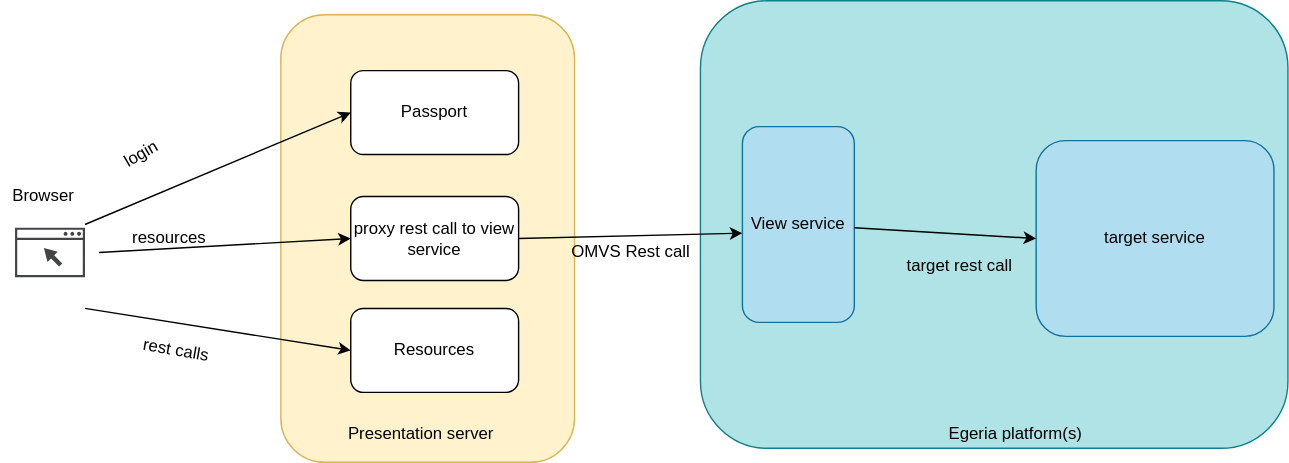
The draw.io diagram site/docs/user-interfaces/ecosystem/ui-components.drawio.svg in odpi/egeria-docs, before a commit. Source tidied: cells renumbered, new cells last; positions are measured from the earlier drawing's top-left corner, leaving out a move shared by most shapes.
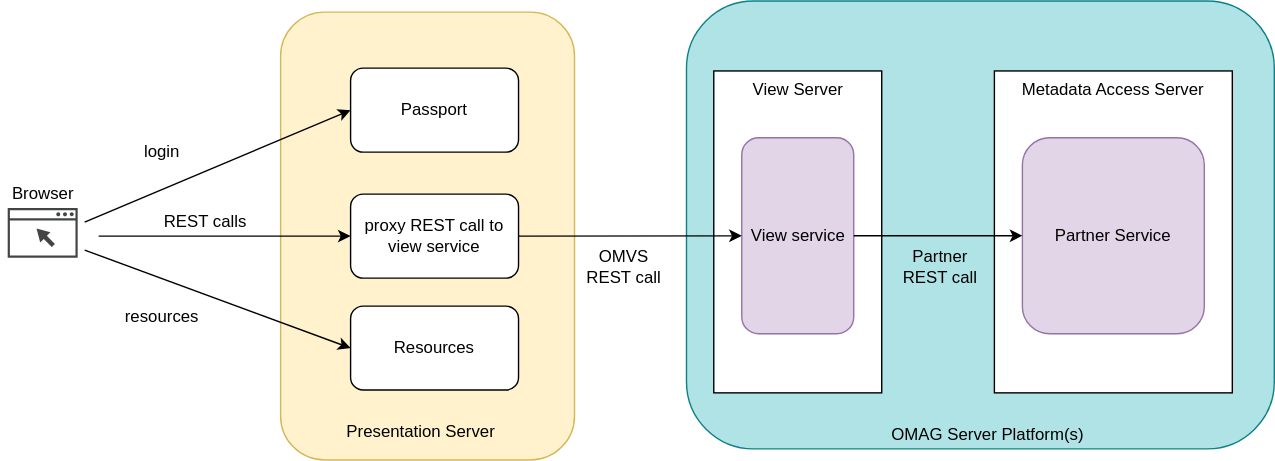
The same file after the commit.

Change to the diagram source:
```diff
@@ -2,74 +2,80 @@
   <root>
     <mxCell id="0" />
     <mxCell id="1" parent="0" />
-    <mxCell id="2" style="rounded=1;whiteSpace=wrap;html=1;fillColor=#b0e3e6;strokeColor=#0e8088;" parent="1" vertex="1">
-      <mxGeometry x="500" width="420" height="320" as="geometry" />
-    </mxCell>
+    <mxCell id="23" style="rounded=1;whiteSpace=wrap;html=1;fillColor=#b0e3e6;strokeColor=#0e8088;" parent="1" vertex="1">
+      <mxGeometry x="490" y="2" width="420" height="320" as="geometry" />
+    </mxCell>
     <mxCell id="3" style="rounded=1;whiteSpace=wrap;html=1;fillColor=#fff2cc;strokeColor=#d6b656;" parent="1" vertex="1">
       <mxGeometry x="200" y="10" width="210" height="320" as="geometry" />
     </mxCell>
     <mxCell id="4" value="Passport" style="rounded=1;whiteSpace=wrap;html=1;" parent="1" vertex="1">
       <mxGeometry x="250" y="50" width="120" height="60" as="geometry" />
     </mxCell>
+    <mxCell id="24" value="proxy REST call to view service" style="rounded=1;whiteSpace=wrap;html=1;" parent="1" vertex="1">
+      <mxGeometry x="250" y="140" width="120" height="60" as="geometry" />
+    </mxCell>
+    <mxCell id="7" value="Resources" style="rounded=1;whiteSpace=wrap;html=1;" parent="1" vertex="1">
+      <mxGeometry x="250" y="220" width="120" height="60" as="geometry" />
+    </mxCell>
+    <mxCell id="25" style="sketch=0;shadow=0;dashed=0;html=1;strokeColor=none;fillColor=#434445;labelPosition=center;verticalLabelPosition=bottom;verticalAlign=top;align=center;shape=mxgraph.vvd.web_browser;" parent="1" vertex="1">
+      <mxGeometry x="5" y="150" width="50" height="35.5" as="geometry" />
+    </mxCell>
+    <mxCell id="9" value="Browser" style="text;html=1;align=center;verticalAlign=middle;strokeColor=none;fillColor=none;" parent="1" vertex="1">
+      <mxGeometry y="130" width="60" height="20" as="geometry" />
+    </mxCell>
+    <mxCell id="26" style="endArrow=classic;html=1;rounded=0;entryX=0;entryY=0.5;entryDx=0;entryDy=0;" parent="1" edge="1" target="4">
+      <mxGeometry relative="1" as="geometry">
+        <mxPoint x="60" y="160" as="sourcePoint" />
+      </mxGeometry>
+    </mxCell>
+    <mxCell id="11" value="login" style="text;html=1;align=center;verticalAlign=middle;strokeColor=none;fillColor=none;rotation=0;" parent="1" vertex="1">
+      <mxGeometry x="95" y="100" width="40" height="20" as="geometry" />
+    </mxCell>
+    <mxCell id="27" style="endArrow=classic;html=1;rounded=0;entryX=0;entryY=0.5;entryDx=0;entryDy=0;" parent="1" edge="1" target="7">
+      <mxGeometry relative="1" as="geometry">
+        <mxPoint x="60" y="180" as="sourcePoint" />
+      </mxGeometry>
+    </mxCell>
+    <mxCell id="13" value="resources" style="text;html=1;align=center;verticalAlign=middle;strokeColor=none;fillColor=none;" parent="1" vertex="1">
+      <mxGeometry x="80" y="217.8" width="70" height="20" as="geometry" />
+    </mxCell>
+    <mxCell id="28" style="endArrow=classic;html=1;rounded=0;entryX=0;entryY=0.5;entryDx=0;entryDy=0;" parent="1" edge="1" target="24">
+      <mxGeometry relative="1" as="geometry">
+        <mxPoint x="70" y="170" as="sourcePoint" />
+      </mxGeometry>
+    </mxCell>
+    <mxCell id="29" value="REST calls" style="text;html=1;align=center;verticalAlign=middle;strokeColor=none;fillColor=none;rotation=0;" parent="1" vertex="1">
+      <mxGeometry x="111" y="150" width="70" height="20" as="geometry" />
+    </mxCell>
+    <mxCell id="30" value="Presentation Server" style="text;html=1;align=center;verticalAlign=middle;strokeColor=none;fillColor=none;" parent="1" vertex="1">
+      <mxGeometry x="240" y="300" width="120" height="20" as="geometry" />
+    </mxCell>
+    <mxCell id="31" value="OMAG Server Platform(s)" style="text;html=1;align=center;verticalAlign=middle;strokeColor=none;fillColor=none;" parent="1" vertex="1">
+      <mxGeometry x="629.5" y="302" width="150" height="20" as="geometry" />
+    </mxCell>
+    <mxCell id="32" value="View Server" style="rounded=0;whiteSpace=wrap;html=1;verticalAlign=top;" parent="1" vertex="1">
+      <mxGeometry x="509.5" y="52" width="120" height="230" as="geometry" />
+    </mxCell>
+    <mxCell id="33" value="Metadata Access Server" style="rounded=0;whiteSpace=wrap;html=1;verticalAlign=top;" parent="1" vertex="1">
+      <mxGeometry x="710" y="52" width="170" height="230" as="geometry" />
+    </mxCell>
-    <mxCell id="5" value="View service" style="rounded=1;whiteSpace=wrap;html=1;fillColor=#b1ddf0;strokeColor=#10739e;" parent="1" vertex="1">
-      <mxGeometry x="530" y="90" width="80" height="140" as="geometry" />
+    <mxCell id="5" value="View service" style="rounded=1;whiteSpace=wrap;html=1;fillColor=#e1d5e7;strokeColor=#9673a6;" parent="1" vertex="1">
+      <mxGeometry x="529.5" y="99.8" width="80" height="140" as="geometry" />
     </mxCell>
-    <mxCell id="6" value="proxy rest call to view service" style="rounded=1;whiteSpace=wrap;html=1;" parent="1" vertex="1">
-      <mxGeometry x="250" y="140" width="120" height="60" as="geometry" />
-    </mxCell>
-    <mxCell id="7" value="Resources" style="rounded=1;whiteSpace=wrap;html=1;" parent="1" vertex="1">
-      <mxGeometry x="250" y="220" width="120" height="60" as="geometry" />
-    </mxCell>
-    <mxCell id="8" style="sketch=0;shadow=0;dashed=0;html=1;strokeColor=none;fillColor=#434445;labelPosition=center;verticalLabelPosition=bottom;verticalAlign=top;align=center;shape=mxgraph.vvd.web_browser;" parent="1" vertex="1">
-      <mxGeometry x="10" y="162.2" width="50" height="35.5" as="geometry" />
-    </mxCell>
-    <mxCell id="9" value="Browser" style="text;html=1;align=center;verticalAlign=middle;strokeColor=none;fillColor=none;" parent="1" vertex="1">
-      <mxGeometry y="130" width="60" height="20" as="geometry" />
-    </mxCell>
-    <mxCell id="10" style="endArrow=classic;html=1;rounded=0;entryX=0;entryY=0.5;entryDx=0;entryDy=0;" parent="1" edge="1" target="4">
-      <mxGeometry relative="1" as="geometry">
-        <mxPoint x="60" y="160" as="sourcePoint" />
-      </mxGeometry>
-    </mxCell>
-    <mxCell id="11" value="login" style="text;html=1;align=center;verticalAlign=middle;strokeColor=none;fillColor=none;rotation=-30;" parent="1" vertex="1">
-      <mxGeometry x="80" y="100" width="40" height="20" as="geometry" />
-    </mxCell>
-    <mxCell id="12" style="endArrow=classic;html=1;rounded=0;entryX=0;entryY=0.5;entryDx=0;entryDy=0;" parent="1" edge="1" target="7">
-      <mxGeometry relative="1" as="geometry">
-        <mxPoint x="60" y="220" as="sourcePoint" />
-      </mxGeometry>
-    </mxCell>
-    <mxCell id="13" value="resources" style="text;html=1;align=center;verticalAlign=middle;strokeColor=none;fillColor=none;" parent="1" vertex="1">
-      <mxGeometry x="85" y="160" width="70" height="20" as="geometry" />
-    </mxCell>
-    <mxCell id="14" style="endArrow=classic;html=1;rounded=0;entryX=0;entryY=0.5;entryDx=0;entryDy=0;" parent="1" edge="1" target="6">
-      <mxGeometry relative="1" as="geometry">
-        <mxPoint x="70" y="180" as="sourcePoint" />
-      </mxGeometry>
-    </mxCell>
-    <mxCell id="15" value="rest calls" style="text;html=1;align=center;verticalAlign=middle;strokeColor=none;fillColor=none;rotation=10;" parent="1" vertex="1">
-      <mxGeometry x="95" y="240" width="60" height="20" as="geometry" />
-    </mxCell>
-    <mxCell id="16" value="Presentation server" style="text;html=1;align=center;verticalAlign=middle;strokeColor=none;fillColor=none;" parent="1" vertex="1">
-      <mxGeometry x="240" y="300" width="120" height="20" as="geometry" />
-    </mxCell>
-    <mxCell id="17" style="endArrow=classic;html=1;rounded=0;exitX=1;exitY=0.5;exitDx=0;exitDy=0;entryX=0;entryY=0.544;entryDx=0;entryDy=0;entryPerimeter=0;startArrow=none;" parent="1" edge="1" source="6" target="5">
-      <mxGeometry relative="1" as="geometry" />
-    </mxCell>
-    <mxCell id="18" value="target service" style="rounded=1;whiteSpace=wrap;html=1;fillColor=#b1ddf0;strokeColor=#10739e;" parent="1" vertex="1">
-      <mxGeometry x="740" y="100" width="170" height="140" as="geometry" />
-    </mxCell>
-    <mxCell id="19" style="endArrow=classic;html=1;rounded=0;entryX=0;entryY=0.5;entryDx=0;entryDy=0;" parent="1" edge="1" source="5" target="18">
-      <mxGeometry relative="1" as="geometry" />
-    </mxCell>
-    <mxCell id="20" value="target rest call" style="text;html=1;align=center;verticalAlign=middle;strokeColor=none;fillColor=none;" parent="1" vertex="1">
-      <mxGeometry x="640" y="180" width="90" height="20" as="geometry" />
-    </mxCell>
-    <mxCell id="21" value="Egeria platform(s)" style="text;html=1;align=center;verticalAlign=middle;strokeColor=none;fillColor=none;" parent="1" vertex="1">
-      <mxGeometry x="670" y="300" width="110" height="20" as="geometry" />
-    </mxCell>
-    <mxCell id="22" value="OMVS Rest call" style="text;html=1;align=center;verticalAlign=middle;strokeColor=none;fillColor=none;" parent="1" vertex="1">
-      <mxGeometry x="400" y="170" width="100" height="20" as="geometry" />
-    </mxCell>
+    <mxCell id="34" style="endArrow=classic;html=1;rounded=0;exitX=1;exitY=0.5;exitDx=0;exitDy=0;startArrow=none;" parent="1" edge="1" source="24" target="5">
+      <mxGeometry relative="1" as="geometry" />
+    </mxCell>
+    <mxCell id="35" value="Partner Service" style="rounded=1;whiteSpace=wrap;html=1;fillColor=#e1d5e7;strokeColor=#9673a6;" parent="1" vertex="1">
+      <mxGeometry x="730" y="99.8" width="130" height="140" as="geometry" />
+    </mxCell>
+    <mxCell id="36" style="endArrow=classic;html=1;rounded=0;entryX=0;entryY=0.5;entryDx=0;entryDy=0;" parent="1" edge="1" source="5" target="35">
+      <mxGeometry relative="1" as="geometry" />
+    </mxCell>
+    <mxCell id="37" value="Partner&lt;br&gt;REST call" style="text;html=1;align=center;verticalAlign=middle;strokeColor=none;fillColor=none;" parent="1" vertex="1">
+      <mxGeometry x="636" y="177" width="70" height="30" as="geometry" />
+    </mxCell>
+    <mxCell id="38" value="OMVS&lt;br&gt;REST call" style="text;html=1;align=center;verticalAlign=middle;strokeColor=none;fillColor=none;" parent="1" vertex="1">
+      <mxGeometry x="410" y="177" width="70" height="30" as="geometry" />
+    </mxCell>
   </root>
 </mxGraphModel>
```
